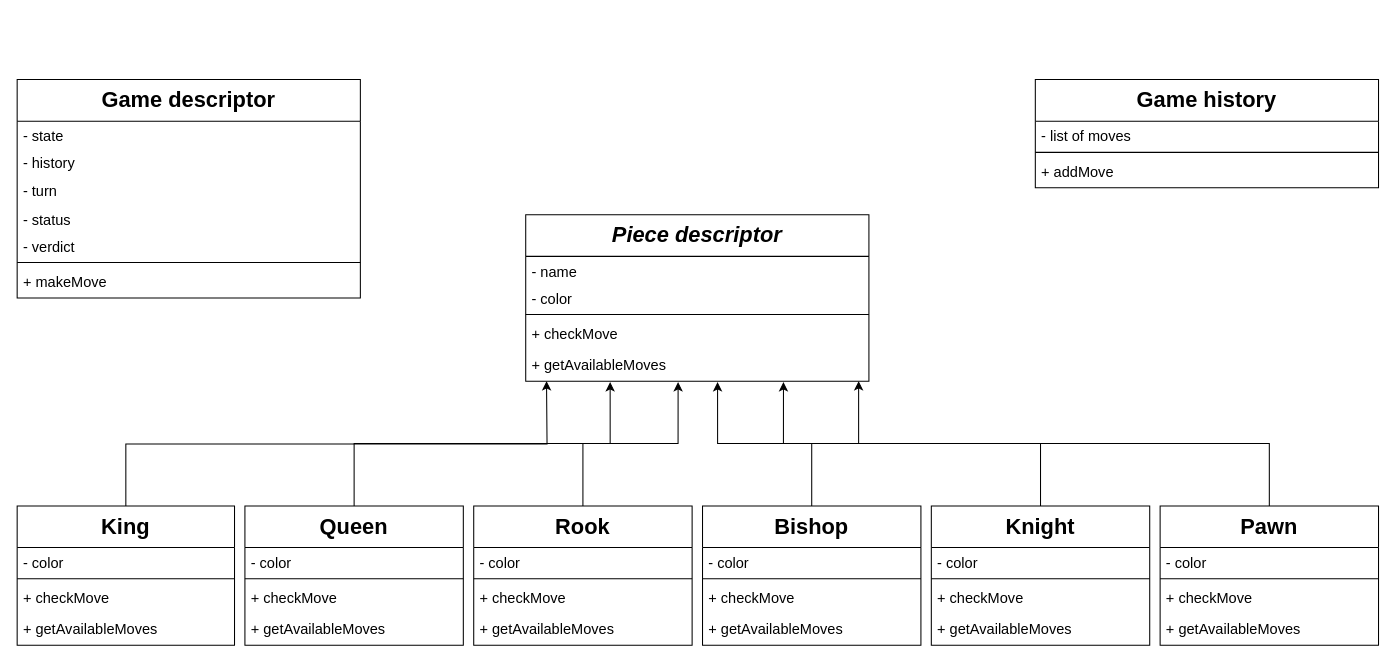
Earlier version of the draw.io diagram Диаграмма без названия.drawio (Grealish17/Chess). Source tidied: cells renumbered, new cells numbered last; positions are measured from the earlier drawing's top-left corner, leaving out a move shared by most shapes. Both pictures are drawn from the tidied source at 104%, with x=0, y=0 at pixel (17, 79).
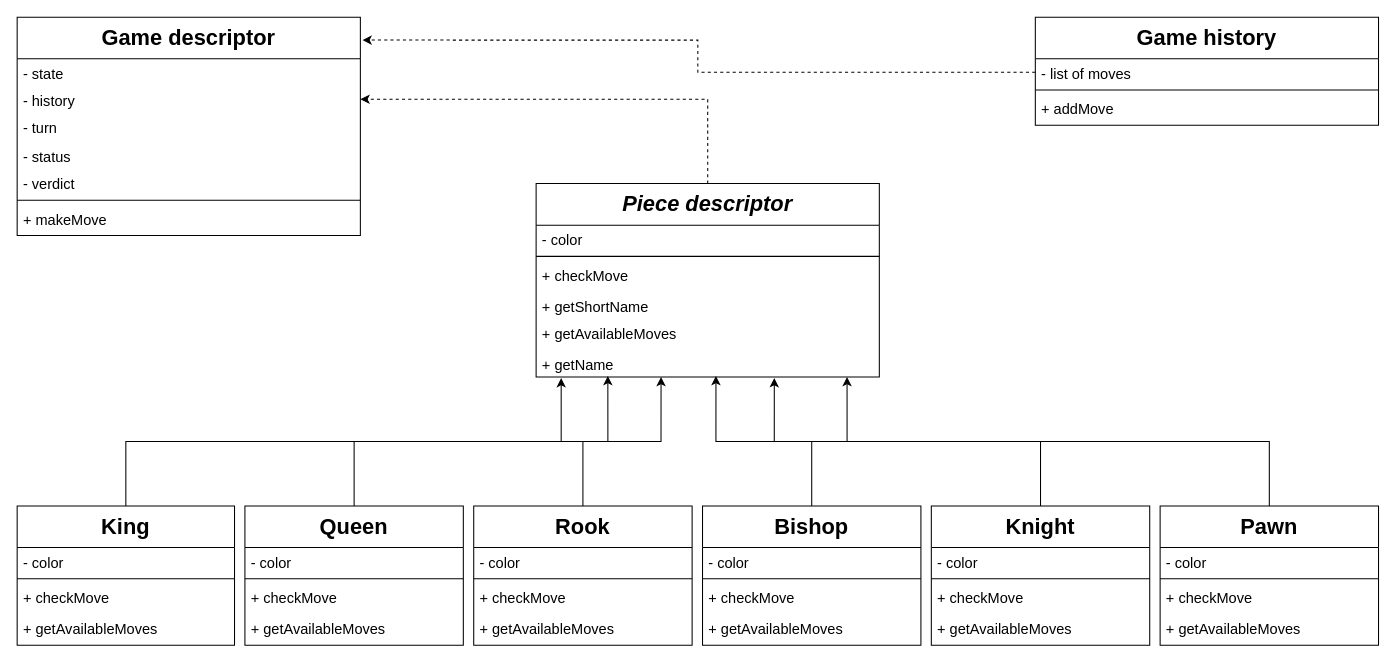
After the change.

Commit message:
add get(Short)Name

The change refers to these unchanged cells:
```xml
<mxCell id="4" value="- history" style="text;align=left;verticalAlign=top;spacingLeft=4;spacingRight=4;overflow=hidden;points=[[0,0.5],[1,0.5]];portConstraint=eastwest;rounded=0;shadow=0;html=0;fontSize=14;" parent="2" vertex="1">
  <mxGeometry y="66" width="330" height="26" as="geometry" />
</mxCell>
<mxCell id="11" value="- list of moves" style="text;align=left;verticalAlign=top;spacingLeft=4;spacingRight=4;overflow=hidden;points=[[0,0.5],[1,0.5]];portConstraint=eastwest;fontSize=14;" parent="10" vertex="1">
  <mxGeometry y="40" width="330" height="26" as="geometry" />
</mxCell>
<mxCell id="19" value="+ getAvailableMoves" style="text;align=left;verticalAlign=top;spacingLeft=4;spacingRight=4;overflow=hidden;points=[[0,0.5],[1,0.5]];portConstraint=eastwest;fontSize=14;" parent="14" vertex="1">
  <mxGeometry y="130" width="330" height="30" as="geometry" />
</mxCell>
<mxCell id="21" value="King" style="swimlane;fontStyle=1;align=center;verticalAlign=top;horizontal=1;startSize=40;rounded=0;shadow=0;strokeWidth=1;fontSize=21;" parent="1" vertex="1">
  <mxGeometry y="410" width="209" height="134" as="geometry" />
</mxCell>
<mxCell id="27" value="Queen" style="swimlane;fontStyle=1;align=center;verticalAlign=top;horizontal=1;startSize=40;rounded=0;shadow=0;strokeWidth=1;fontSize=21;" parent="1" vertex="1">
  <mxGeometry x="219" y="410" width="210" height="134" as="geometry" />
</mxCell>
<mxCell id="33" value="Rook" style="swimlane;fontStyle=1;align=center;verticalAlign=top;horizontal=1;startSize=40;rounded=0;shadow=0;strokeWidth=1;fontSize=21;" parent="1" vertex="1">
  <mxGeometry x="439" y="410" width="210" height="134" as="geometry" />
</mxCell>
<mxCell id="39" value="Bishop" style="swimlane;fontStyle=1;align=center;verticalAlign=top;horizontal=1;startSize=40;rounded=0;shadow=0;strokeWidth=1;fontSize=21;" parent="1" vertex="1">
  <mxGeometry x="659" y="410" width="210" height="134" as="geometry" />
</mxCell>
<mxCell id="45" value="Knight" style="swimlane;fontStyle=1;align=center;verticalAlign=top;horizontal=1;startSize=40;rounded=0;shadow=0;strokeWidth=1;fontSize=21;" parent="1" vertex="1">
  <mxGeometry x="879" y="410" width="210" height="134" as="geometry" />
</mxCell>
<mxCell id="51" value="Pawn" style="swimlane;fontStyle=1;align=center;verticalAlign=top;horizontal=1;startSize=40;rounded=0;shadow=0;strokeWidth=1;fontSize=21;" parent="1" vertex="1">
  <mxGeometry x="1099" y="410" width="210" height="134" as="geometry" />
</mxCell>
```

Diff of the diagram source:
```diff
@@
     <mxCell id="2" value="Game descriptor" style="swimlane;fontStyle=1;align=center;verticalAlign=top;horizontal=1;startSize=40;rounded=0;shadow=0;strokeWidth=1;fontSize=21;" parent="1" vertex="1">
-      <mxGeometry width="330" height="210" as="geometry" />
+      <mxGeometry y="-60" width="330" height="210" as="geometry" />
     </mxCell>
@@
     <mxCell id="10" value="Game history" style="swimlane;fontStyle=1;align=center;verticalAlign=top;horizontal=1;startSize=40;rounded=0;shadow=0;strokeWidth=1;fontSize=21;" parent="1" vertex="1">
-      <mxGeometry x="979" width="330" height="104" as="geometry" />
+      <mxGeometry x="979" y="-60" width="330" height="104" as="geometry" />
     </mxCell>
@@
+    <mxCell id="56" style="edgeStyle=orthogonalEdgeStyle;rounded=0;jettySize=auto;html=1;exitX=0.5;exitY=0;exitDx=0;exitDy=0;entryX=1;entryY=0.5;entryDx=0;entryDy=0;dashed=1;" parent="1" edge="1" source="14" target="4">
+      <mxGeometry relative="1" as="geometry" />
+    </mxCell>
     <mxCell id="14" value="Piece descriptor" style="swimlane;fontStyle=3;align=center;verticalAlign=top;horizontal=1;startSize=40;rounded=0;shadow=0;strokeWidth=1;fontSize=21;" parent="1" vertex="1">
-      <mxGeometry x="489" y="130" width="330" height="160" as="geometry" />
+      <mxGeometry x="499" y="100" width="330" height="186" as="geometry" />
     </mxCell>
-    <mxCell id="15" value="- name" style="text;align=left;verticalAlign=top;spacingLeft=4;spacingRight=4;overflow=hidden;points=[[0,0.5],[1,0.5]];portConstraint=eastwest;fontSize=14;" parent="14" vertex="1">
-      <mxGeometry y="40" width="330" height="26" as="geometry" />
-    </mxCell>
     <mxCell id="16" value="- color" style="text;align=left;verticalAlign=top;spacingLeft=4;spacingRight=4;overflow=hidden;rounded=0;shadow=0;html=0;fontSize=14;" parent="14" vertex="1">
-      <mxGeometry y="66" width="330" height="26" as="geometry" />
+      <mxGeometry y="40" width="330" height="26" as="geometry" />
     </mxCell>
     <mxCell id="17" style="line;html=1;strokeWidth=1;align=left;verticalAlign=middle;spacingTop=-1;spacingLeft=3;spacingRight=3;labelPosition=right;" parent="14" vertex="1">
-      <mxGeometry y="92" width="330" height="8" as="geometry" />
+      <mxGeometry y="66" width="330" height="8" as="geometry" />
     </mxCell>
     <mxCell id="18" value="+ checkMove" style="text;align=left;verticalAlign=top;spacingLeft=4;spacingRight=4;overflow=hidden;fontSize=14;" parent="14" vertex="1">
-      <mxGeometry y="100" width="330" height="30" as="geometry" />
+      <mxGeometry y="74" width="330" height="30" as="geometry" />
     </mxCell>
+    <mxCell id="57" value="+ getShortName" style="text;align=left;verticalAlign=top;spacingLeft=4;spacingRight=4;overflow=hidden;fontSize=14;" parent="14" vertex="1">
+      <mxGeometry y="104" width="330" height="26" as="geometry" />
+    </mxCell>
@@
+    <mxCell id="15" value="+ getName" style="text;align=left;verticalAlign=top;spacingLeft=4;spacingRight=4;overflow=hidden;points=[[0,0.5],[1,0.5]];portConstraint=eastwest;fontSize=14;" parent="14" vertex="1">
+      <mxGeometry y="160" width="330" height="26" as="geometry" />
+    </mxCell>
-    <mxCell id="20" style="edgeStyle=orthogonalEdgeStyle;rounded=0;jettySize=auto;html=1;exitX=0.5;exitY=0;exitDx=0;exitDy=0;fontSize=14;" parent="1" edge="1" source="21">
-      <mxGeometry relative="1" as="geometry">
-        <mxPoint x="509" y="290" as="targetPoint" />
-      </mxGeometry>
+    <mxCell id="20" style="edgeStyle=orthogonalEdgeStyle;rounded=0;jettySize=auto;html=1;exitX=0.5;exitY=0;exitDx=0;exitDy=0;fontSize=14;entryX=0.073;entryY=1.038;entryDx=0;entryDy=0;entryPerimeter=0;" parent="1" edge="1" source="21" target="15">
+      <mxGeometry relative="1" as="geometry" />
     </mxCell>
@@
-    <mxCell id="26" style="edgeStyle=orthogonalEdgeStyle;rounded=0;jettySize=auto;html=1;entryX=0.246;entryY=1.03;entryDx=0;entryDy=0;entryPerimeter=0;fontSize=14;" parent="1" edge="1" source="27" target="19">
+    <mxCell id="26" style="edgeStyle=orthogonalEdgeStyle;rounded=0;jettySize=auto;html=1;fontSize=14;entryX=0.209;entryY=0.962;entryDx=0;entryDy=0;entryPerimeter=0;" parent="1" edge="1" source="27" target="15">
       <mxGeometry relative="1" as="geometry" />
     </mxCell>
@@
-    <mxCell id="32" style="edgeStyle=orthogonalEdgeStyle;rounded=0;jettySize=auto;html=1;entryX=0.444;entryY=1.03;entryDx=0;entryDy=0;entryPerimeter=0;fontSize=14;" parent="1" edge="1" source="33" target="19">
+    <mxCell id="32" style="edgeStyle=orthogonalEdgeStyle;rounded=0;jettySize=auto;html=1;fontSize=14;entryX=0.364;entryY=1;entryDx=0;entryDy=0;entryPerimeter=0;" parent="1" edge="1" source="33" target="15">
       <mxGeometry relative="1" as="geometry" />
     </mxCell>
@@
-    <mxCell id="38" style="edgeStyle=orthogonalEdgeStyle;rounded=0;jettySize=auto;html=1;entryX=0.559;entryY=1.03;entryDx=0;entryDy=0;entryPerimeter=0;fontSize=14;" parent="1" edge="1" source="39" target="19">
+    <mxCell id="38" style="edgeStyle=orthogonalEdgeStyle;rounded=0;jettySize=auto;html=1;fontSize=14;entryX=0.524;entryY=0.962;entryDx=0;entryDy=0;entryPerimeter=0;" parent="1" edge="1" source="39" target="15">
       <mxGeometry relative="1" as="geometry" />
     </mxCell>
@@
-    <mxCell id="44" style="edgeStyle=orthogonalEdgeStyle;rounded=0;jettySize=auto;html=1;exitX=0.5;exitY=0;exitDx=0;exitDy=0;entryX=0.751;entryY=1.03;entryDx=0;entryDy=0;entryPerimeter=0;fontSize=14;" parent="1" edge="1" source="45" target="19">
+    <mxCell id="44" style="edgeStyle=orthogonalEdgeStyle;rounded=0;jettySize=auto;html=1;exitX=0.5;exitY=0;exitDx=0;exitDy=0;fontSize=14;entryX=0.694;entryY=1.038;entryDx=0;entryDy=0;entryPerimeter=0;" parent="1" edge="1" source="45" target="15">
       <mxGeometry relative="1" as="geometry" />
     </mxCell>
@@
-    <mxCell id="50" style="edgeStyle=orthogonalEdgeStyle;rounded=0;jettySize=auto;html=1;exitX=0.5;exitY=0;exitDx=0;exitDy=0;entryX=0.97;entryY=1;entryDx=0;entryDy=0;fontSize=14;entryPerimeter=0;" parent="1" edge="1" source="51" target="19">
+    <mxCell id="50" style="edgeStyle=orthogonalEdgeStyle;rounded=0;jettySize=auto;html=1;exitX=0.5;exitY=0;exitDx=0;exitDy=0;fontSize=14;entryX=0.906;entryY=1;entryDx=0;entryDy=0;entryPerimeter=0;" parent="1" edge="1" source="51" target="15">
       <mxGeometry relative="1" as="geometry" />
     </mxCell>
@@
+    <mxCell id="58" style="edgeStyle=orthogonalEdgeStyle;rounded=0;jettySize=auto;html=1;exitX=0;exitY=0.5;exitDx=0;exitDy=0;entryX=1.006;entryY=0.105;entryDx=0;entryDy=0;entryPerimeter=0;dashed=1;" parent="1" edge="1" source="11" target="2">
+      <mxGeometry relative="1" as="geometry" />
+    </mxCell>
```
